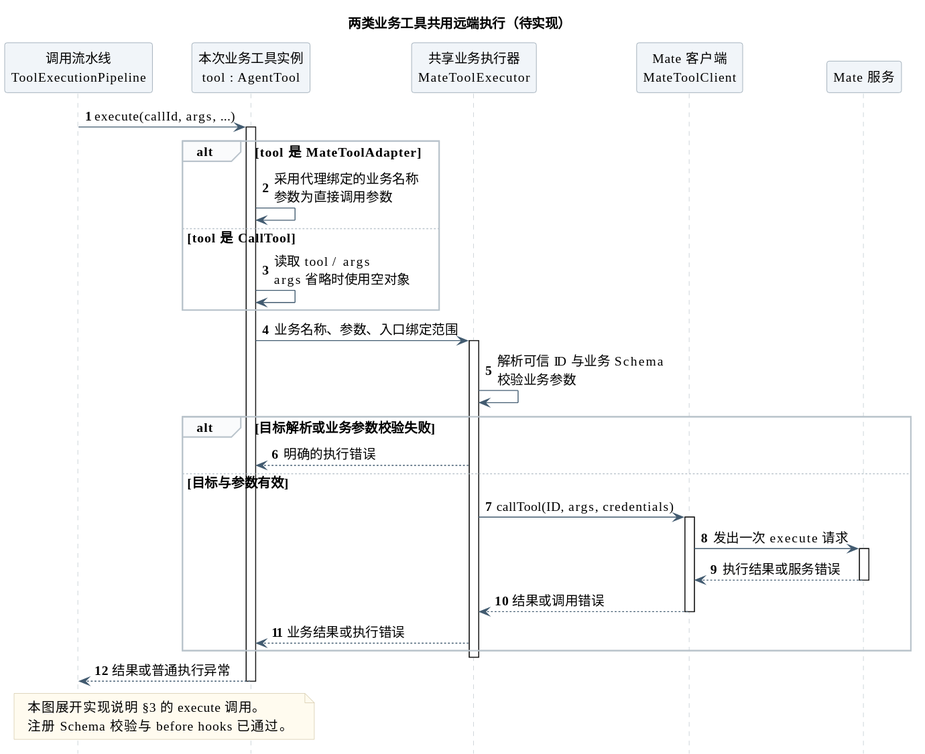
Above: 01-总体架构/02-CampusClaw工具系统/call_mate_tool_sequence.svg in ssm0808/pi-mono-java-design (PlantUML), before the change.
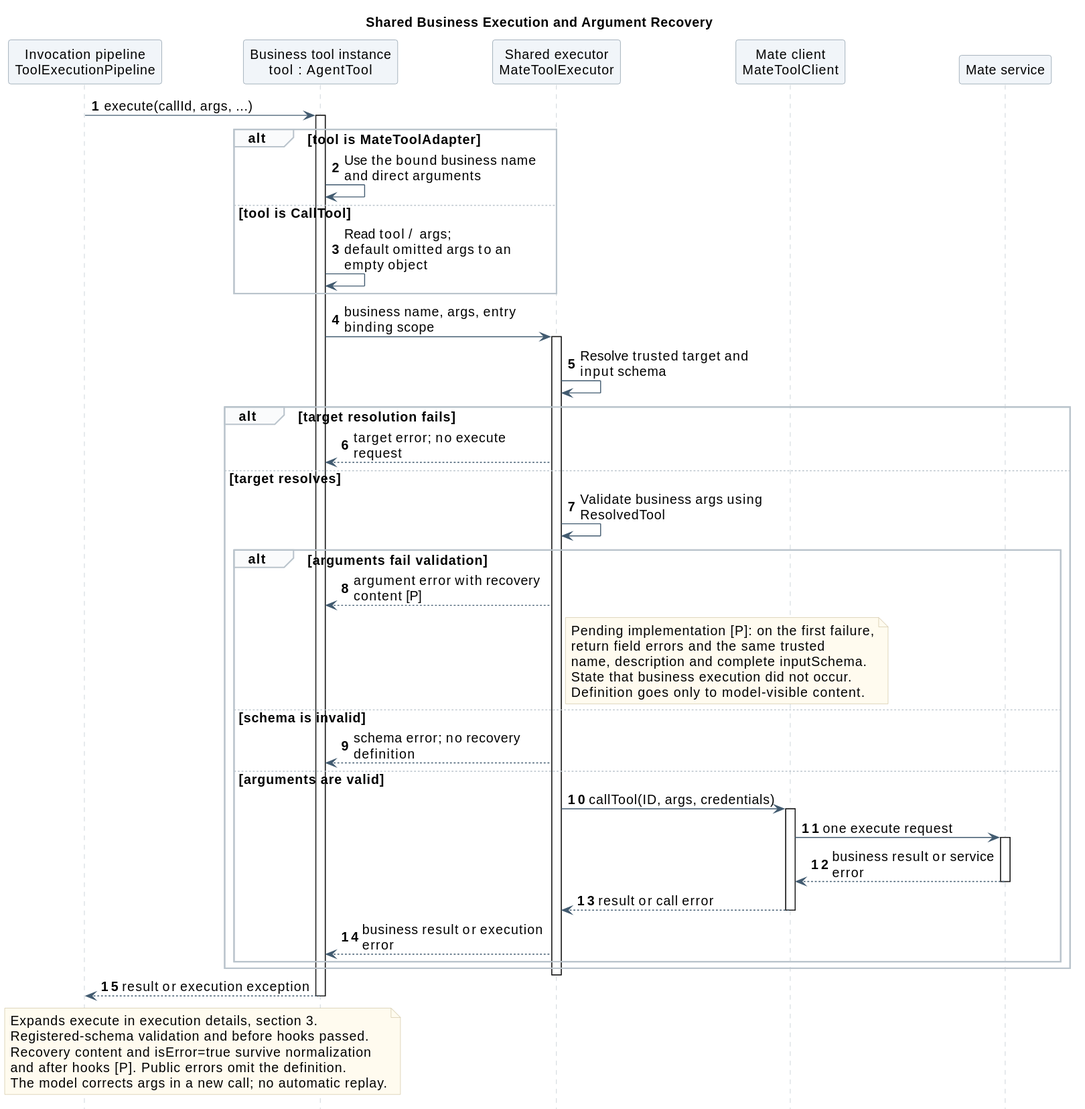
The same diagram one commit later.

What changed in the source:
```diff
@@ -1,6 +1,6 @@
 @startuml
 skinparam backgroundColor white
-skinparam defaultFontName "PingFang SC"
+skinparam defaultFontName SansSerif
 skinparam defaultFontSize 14
 skinparam shadowing false
 skinparam sequenceMessageAlign left
@@ -17,37 +17,53 @@
 skinparam noteBorderColor #D2C6A5
 hide footbox
 autonumber
+title Shared Business Execution and Argument Recovery
 
-title 两类业务工具共用远端执行（待实现）
-
-participant "调用流水线\nToolExecutionPipeline" as Pipeline
-participant "本次业务工具实例\ntool : AgentTool" as Tool
-participant "共享业务执行器\nMateToolExecutor" as Executor
-participant "Mate 客户端\nMateToolClient" as Client
-participant "Mate 服务" as Mate
+participant "Invocation pipeline\nToolExecutionPipeline" as Pipeline
+participant "Business tool instance\ntool : AgentTool" as Tool
+participant "Shared executor\nMateToolExecutor" as Executor
+participant "Mate client\nMateToolClient" as Client
+participant "Mate service" as Mate
 
 Pipeline -> Tool ++ : execute(callId, args, ...)
-alt tool 是 MateToolAdapter
-  Tool -> Tool : 采用代理绑定的业务名称\n参数为直接调用参数
-else tool 是 CallTool
-  Tool -> Tool : 读取 tool / args\nargs 省略时使用空对象
+alt tool is MateToolAdapter
+  Tool -> Tool : Use the bound business name\nand direct arguments
+else tool is CallTool
+  Tool -> Tool : Read tool / args;\ndefault omitted args to an empty object
 end
-Tool -> Executor ++ : 业务名称、参数、入口绑定范围
-Executor -> Executor : 解析可信 ID 与业务 Schema\n校验业务参数
-alt 目标解析或业务参数校验失败
-  Executor --> Tool : 明确的执行错误
-else 目标与参数有效
-  Executor -> Client ++ : callTool(ID, args, credentials)
-  Client -> Mate ++ : 发出一次 execute 请求
-  Mate --> Client -- : 执行结果或服务错误
-  Client --> Executor -- : 结果或调用错误
-  Executor --> Tool : 业务结果或执行错误
+Tool -> Executor ++ : business name, args, entry binding scope
+Executor -> Executor : Resolve trusted target and input schema
+alt target resolution fails
+  Executor --> Tool : target error; no execute request
+else target resolves
+  Executor -> Executor : Validate business args using ResolvedTool
+  alt arguments fail validation
+    Executor --> Tool : argument error with recovery content [P]
+    note right of Executor
+      Pending implementation [P]: on the first failure,
+      return field errors and the same trusted
+      name, description and complete inputSchema.
+      State that business execution did not occur.
+      Definition goes only to model-visible content.
+    end note
+  else schema is invalid
+    Executor --> Tool : schema error; no recovery definition
+  else arguments are valid
+    Executor -> Client ++ : callTool(ID, args, credentials)
+    Client -> Mate ++ : one execute request
+    Mate --> Client -- : business result or service error
+    Client --> Executor -- : result or call error
+    Executor --> Tool : business result or execution error
+  end
 end
 deactivate Executor
-Tool --> Pipeline -- : 结果或普通执行异常
+Tool --> Pipeline -- : result or execution exception
 
 note over Pipeline, Tool
-  本图展开实现说明 §3 的 execute 调用。
-  注册 Schema 校验与 before hooks 已通过。
+  Expands execute in execution details, section 3.
+  Registered-schema validation and before hooks passed.
+  Recovery content and isError=true survive normalization
+  and after hooks [P]. Public errors omit the definition.
+  The model corrects args in a new call; no automatic replay.
 end note
 @enduml
```
